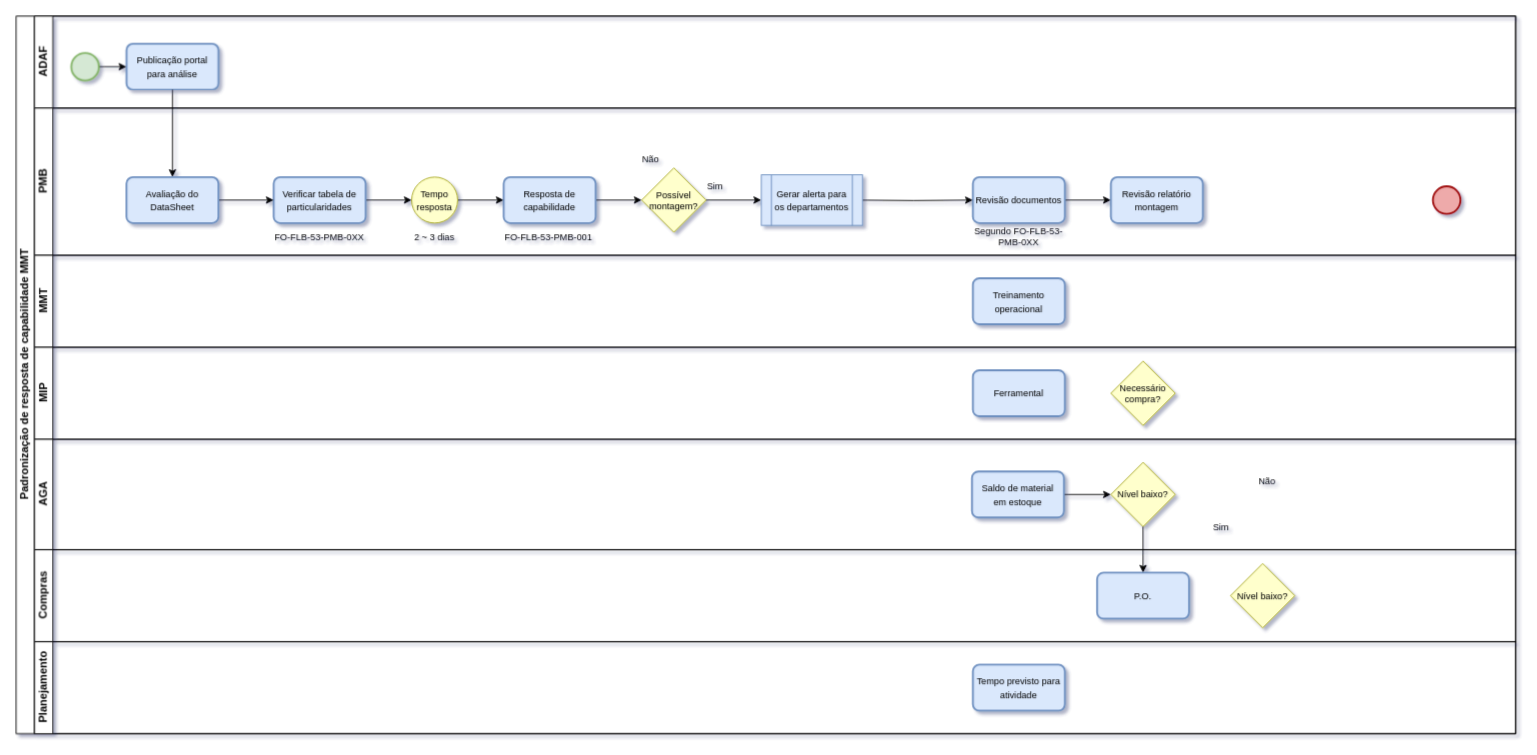
This is Untitled Diagram.drawio from Willian-BC/Draw, a draw.io file, before an edit. Source tidied: cells renumbered, new cells numbered last; positions are measured from the earlier drawing's top-left corner, leaving out a move shared by most shapes. Both pictures are drawn from the tidied source at 92%, with x=0, y=0 at pixel (16, 16).
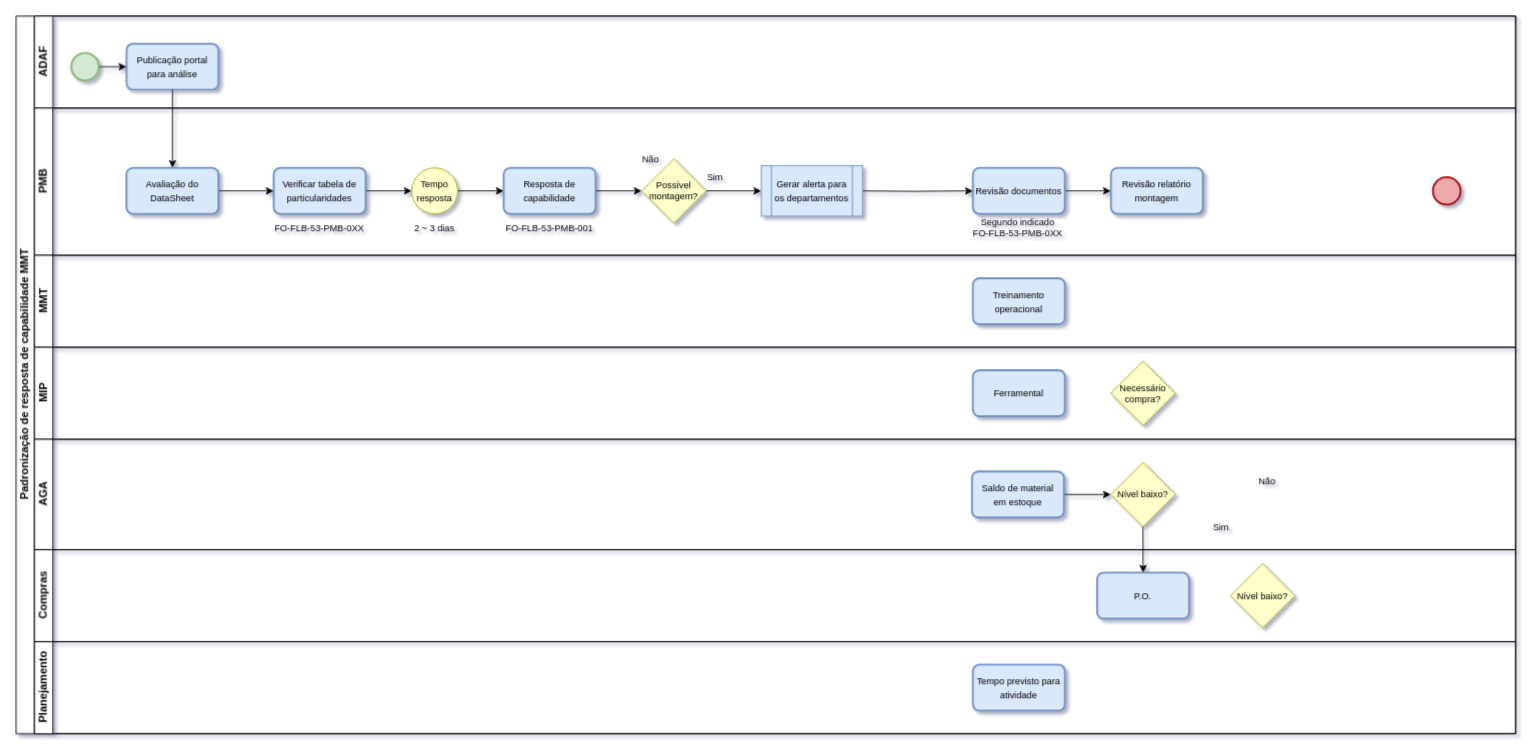
After the change.

The change refers to these unchanged cells:
```xml
<mxCell id="8" value="PMB" style="swimlane;startSize=20;horizontal=0;html=1;rounded=0;" parent="2" vertex="1">
  <mxGeometry x="20" y="100" width="1610" height="160" as="geometry" />
</mxCell>
```

What changed in the source:
```diff
@@
     <mxCell id="9" style="edgeStyle=orthogonalEdgeStyle;rounded=0;jettySize=auto;html=1;entryX=0;entryY=0.5;entryDx=0;entryDy=0;fontSize=10;startArrow=none;exitX=1;exitY=0.5;exitDx=0;exitDy=0;" parent="8" edge="1" target="11">
       <mxGeometry relative="1" as="geometry">
-        <mxPoint x="890" y="100" as="sourcePoint" />
+        <mxPoint x="890" y="90" as="sourcePoint" />
       </mxGeometry>
     </mxCell>
@@
     <mxCell id="11" value="&lt;font style=&quot;font-size: 10px;&quot;&gt;Revisão documentos&lt;/font&gt;" style="rounded=1;whiteSpace=wrap;html=1;absoluteArcSize=1;arcSize=14;strokeWidth=2;fillColor=#dae8fc;strokeColor=#6c8ebf;" parent="8" vertex="1">
-      <mxGeometry x="1020" y="75" width="100" height="50" as="geometry" />
+      <mxGeometry x="1020" y="65" width="100" height="50" as="geometry" />
     </mxCell>
@@
     <mxCell id="13" value="Possível montagem?" style="rhombus;whiteSpace=wrap;html=1;strokeColor=#a6a61d;fontSize=10;fillColor=#ffffcc;" parent="8" vertex="1">
-      <mxGeometry x="660" y="65" width="70" height="70" as="geometry" />
+      <mxGeometry x="660" y="55" width="70" height="70" as="geometry" />
     </mxCell>
     <mxCell id="14" style="strokeWidth=2;html=1;shape=mxgraph.flowchart.start_2;whiteSpace=wrap;fillColor=#eeaaaa;strokeColor=#9f0d0d;" parent="8" vertex="1">
-      <mxGeometry x="1520" y="85" width="30" height="30" as="geometry" />
+      <mxGeometry x="1520" y="75" width="30" height="30" as="geometry" />
     </mxCell>
@@
     <mxCell id="16" value="&lt;font style=&quot;font-size: 10px;&quot;&gt;Revisão relatório montagem&lt;/font&gt;" style="rounded=1;whiteSpace=wrap;html=1;absoluteArcSize=1;arcSize=14;strokeWidth=2;fillColor=#dae8fc;strokeColor=#6c8ebf;" parent="8" vertex="1">
-      <mxGeometry x="1170" y="75" width="100" height="50" as="geometry" />
+      <mxGeometry x="1170" y="65" width="100" height="50" as="geometry" />
     </mxCell>
@@
     <mxCell id="18" value="&lt;font style=&quot;font-size: 10px;&quot;&gt;Verificar tabela de particularidades&lt;/font&gt;" style="rounded=1;whiteSpace=wrap;html=1;absoluteArcSize=1;arcSize=14;strokeWidth=2;fillColor=#dae8fc;strokeColor=#6c8ebf;" parent="8" vertex="1">
-      <mxGeometry x="260" y="75" width="100" height="50" as="geometry" />
+      <mxGeometry x="260" y="65" width="100" height="50" as="geometry" />
     </mxCell>
@@
     <mxCell id="20" value="&lt;span style=&quot;font-size: 10px;&quot;&gt;Avaliação do DataSheet&lt;/span&gt;" style="rounded=1;whiteSpace=wrap;html=1;absoluteArcSize=1;arcSize=14;strokeWidth=2;fillColor=#dae8fc;strokeColor=#6c8ebf;" parent="8" vertex="1">
-      <mxGeometry x="100" y="75" width="100" height="50" as="geometry" />
+      <mxGeometry x="100" y="65" width="100" height="50" as="geometry" />
     </mxCell>
@@
     <mxCell id="22" value="&lt;font style=&quot;font-size: 10px;&quot;&gt;Tempo resposta&lt;/font&gt;" style="ellipse;whiteSpace=wrap;html=1;fillColor=#ffffcc;strokeColor=#a6a61d;" parent="8" vertex="1">
-      <mxGeometry x="410" y="75" width="50" height="50" as="geometry" />
+      <mxGeometry x="410" y="65" width="50" height="50" as="geometry" />
     </mxCell>
@@
     <mxCell id="24" value="&lt;font style=&quot;font-size: 10px;&quot;&gt;Resposta de capabilidade&lt;/font&gt;" style="rounded=1;whiteSpace=wrap;html=1;absoluteArcSize=1;arcSize=14;strokeWidth=2;fillColor=#dae8fc;strokeColor=#6c8ebf;" parent="8" vertex="1">
-      <mxGeometry x="510" y="75" width="100" height="50" as="geometry" />
+      <mxGeometry x="510" y="65" width="100" height="50" as="geometry" />
     </mxCell>
     <mxCell id="25" value="Sim" style="text;html=1;strokeColor=none;fillColor=none;align=center;verticalAlign=middle;whiteSpace=wrap;rounded=0;fontSize=10;" parent="8" vertex="1">
-      <mxGeometry x="710" y="70" width="60" height="30" as="geometry" />
+      <mxGeometry x="710" y="60" width="60" height="30" as="geometry" />
     </mxCell>
     <mxCell id="26" value="FO-FLB-53-PMB-0XX" style="text;html=1;strokeColor=none;fillColor=none;align=center;verticalAlign=middle;whiteSpace=wrap;rounded=0;fontSize=10;" parent="8" vertex="1">
-      <mxGeometry x="260" y="125" width="100" height="30" as="geometry" />
+      <mxGeometry x="260" y="115" width="100" height="30" as="geometry" />
     </mxCell>
     <mxCell id="27" value="2 ~ 3 dias" style="text;html=1;strokeColor=none;fillColor=none;align=center;verticalAlign=middle;whiteSpace=wrap;rounded=0;fontSize=10;" parent="8" vertex="1">
-      <mxGeometry x="405" y="125" width="60" height="30" as="geometry" />
+      <mxGeometry x="405" y="115" width="60" height="30" as="geometry" />
     </mxCell>
     <mxCell id="28" value="FO-FLB-53-PMB-001" style="text;html=1;strokeColor=none;fillColor=none;align=center;verticalAlign=middle;whiteSpace=wrap;rounded=0;fontSize=10;" parent="8" vertex="1">
-      <mxGeometry x="509" y="125" width="100" height="30" as="geometry" />
+      <mxGeometry x="510" y="115" width="100" height="30" as="geometry" />
     </mxCell>
     <mxCell id="29" value="&lt;span style=&quot;font-size: 10px;&quot;&gt;Gerar alerta para os departamentos&lt;/span&gt;" style="shape=process;whiteSpace=wrap;html=1;backgroundOutline=1;fillColor=#DAE8FC;strokeColor=#6C8EBF;" parent="8" vertex="1">
-      <mxGeometry x="790" y="72.5" width="110" height="55" as="geometry" />
+      <mxGeometry x="790" y="62.5" width="110" height="55" as="geometry" />
     </mxCell>
-    <mxCell id="30" value="Segundo FO-FLB-53-PMB-0XX" style="text;html=1;strokeColor=none;fillColor=none;align=center;verticalAlign=middle;whiteSpace=wrap;rounded=0;fontSize=10;" parent="8" vertex="1">
-      <mxGeometry x="1020" y="125" width="100" height="30" as="geometry" />
+    <mxCell id="30" value="Segundo indicado FO-FLB-53-PMB-0XX" style="text;html=1;strokeColor=none;fillColor=none;align=center;verticalAlign=middle;whiteSpace=wrap;rounded=0;fontSize=10;" parent="8" vertex="1">
+      <mxGeometry x="1019" y="115" width="100" height="30" as="geometry" />
     </mxCell>
```
